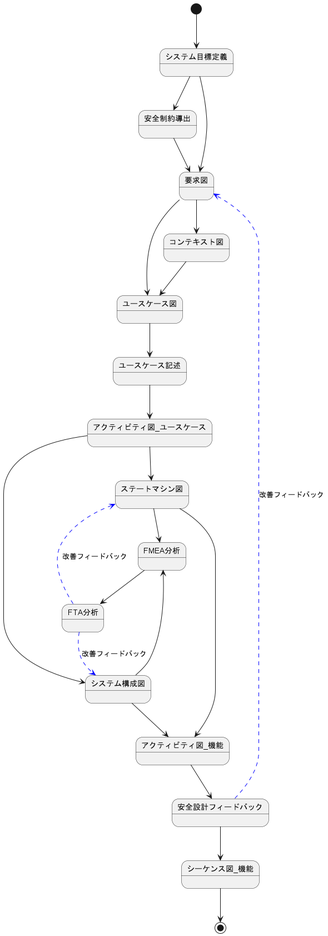
masaki-kato-119/VendingMachine keeps this PlantUML diagram as プロセス/開発プロセス.png. Above is the earlier version.
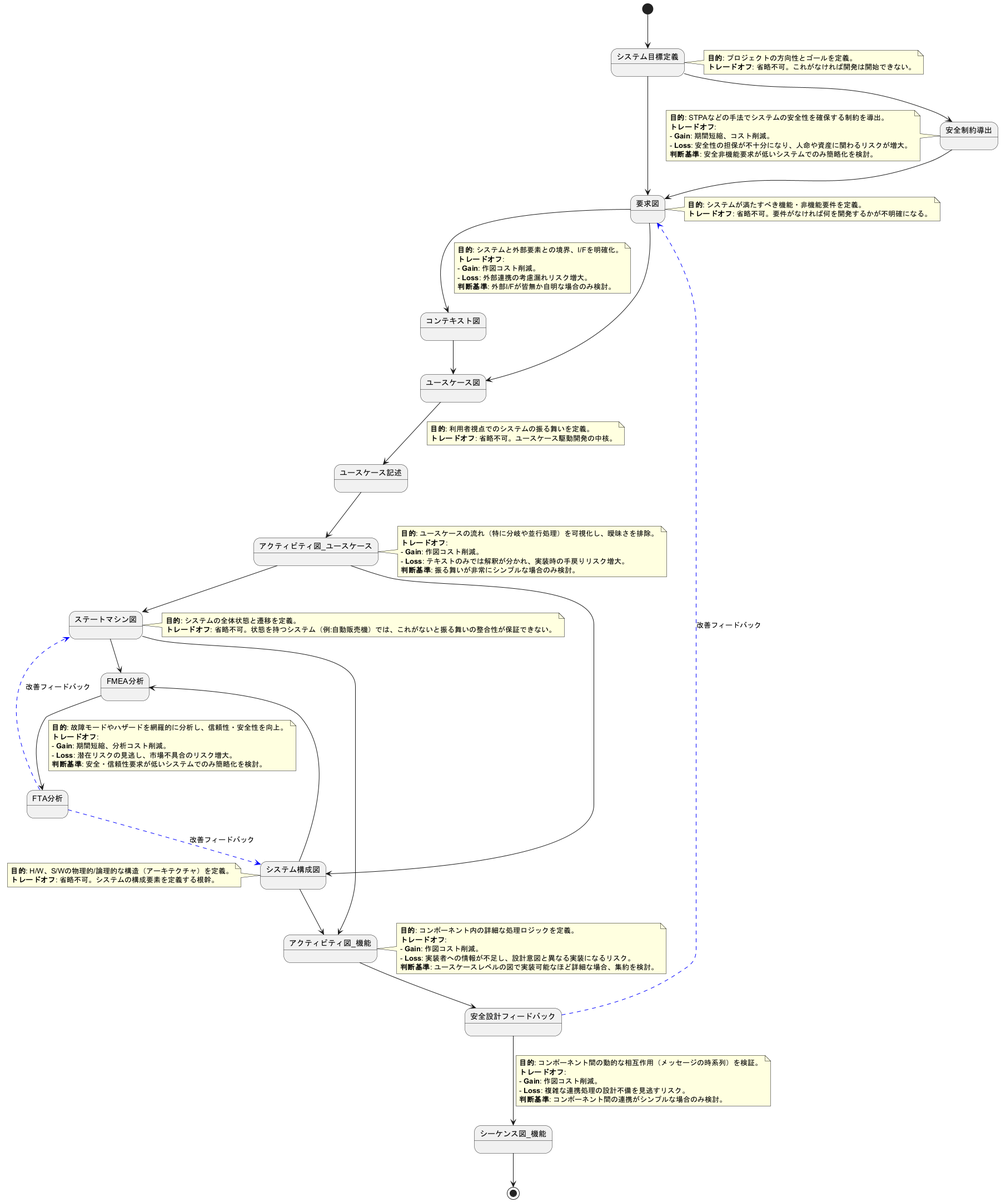
After the change.

Change to the diagram source:
```diff
@@ -1,30 +1,105 @@
 @startuml
+skinparam note {
+    BackgroundColor #LightYellow
+    BorderColor #Black
+}
 
 [*] --> システム目標定義
+note right of システム目標定義
+  **目的**: プロジェクトの方向性とゴールを定義。
+  **トレードオフ**: 省略不可。これがなければ開発は開始できない。
+end note
+
 システム目標定義 --> 安全制約導出
+note left of 安全制約導出
+  **目的**: STPAなどの手法でシステムの安全性を確保する制約を導出。
+  **トレードオフ**:
+  - **Gain**: 期間短縮、コスト削減。
+  - **Loss**: 安全性の担保が不十分になり、人命や資産に関わるリスクが増大。
+  **判断基準**: 安全非機能要求が低いシステムでのみ簡略化を検討。
+end note
+
 安全制約導出 --> 要求図
 システム目標定義 --> 要求図
+note right of 要求図
+  **目的**: システムが満たすべき機能・非機能要件を定義。
+  **トレードオフ**: 省略不可。要件がなければ何を開発するかが不明確になる。
+end note
+
+要求図 --> コンテキスト図
+note on link
+  **目的**: システムと外部要素との境界、I/Fを明確化。
+  **トレードオフ**:
+  - **Gain**: 作図コスト削減。
+  - **Loss**: 外部連携の考慮漏れリスク増大。
+  **判断基準**: 外部I/Fが皆無か自明な場合のみ検討。
+end note
+
+コンテキスト図 --> ユースケース図
 要求図 --> ユースケース図
-要求図 --> コンテキスト図
-コンテキスト図 --> ユースケース図
 ユースケース図 --> ユースケース記述
+note on link
+  **目的**: 利用者視点でのシステムの振る舞いを定義。
+  **トレードオフ**: 省略不可。ユースケース駆動開発の中核。
+end note
+
 ユースケース記述 --> アクティビティ図_ユースケース
+note right of アクティビティ図_ユースケース
+  **目的**: ユースケースの流れ（特に分岐や並行処理）を可視化し、曖昧さを排除。
+  **トレードオフ**:
+  - **Gain**: 作図コスト削減。
+  - **Loss**: テキストのみでは解釈が分かれ、実装時の手戻りリスク増大。
+  **判断基準**: 振る舞いが非常にシンプルな場合のみ検討。
+end note
+
 アクティビティ図_ユースケース --> ステートマシン図
+note right of ステートマシン図
+  **目的**: システムの全体状態と遷移を定義。
+  **トレードオフ**: 省略不可。状態を持つシステム（例:自動販売機）では、これがないと振る舞いの整合性が保証できない。
+end note
+
 アクティビティ図_ユースケース --> システム構成図
+note left of システム構成図
+  **目的**: H/W、S/Wの物理的/論理的な構造（アーキテクチャ）を定義。
+  **トレードオフ**: 省略不可。システムの構成要素を定義する根幹。
+end note
+
 
 システム構成図 --> FMEA分析
 ステートマシン図 --> FMEA分析
 FMEA分析 --> FTA分析
-
+note on link
+  **目的**: 故障モードやハザードを網羅的に分析し、信頼性・安全性を向上。
+  **トレードオフ**:
+  - **Gain**: 期間短縮、分析コスト削減。
+  - **Loss**: 潜在リスクの見逃し、市場不具合のリスク増大。
+  **判断基準**: 安全・信頼性要求が低いシステムでのみ簡略化を検討。
+end note
 
 FTA分析 -[#blue,dashed]-> システム構成図 : 改善フィードバック
 FTA分析 -[#blue,dashed]-> ステートマシン図 : 改善フィードバック
 
 ステートマシン図 --> アクティビティ図_機能
 システム構成図 --> アクティビティ図_機能
+note right of アクティビティ図_機能
+  **目的**: コンポーネント内の詳細な処理ロジックを定義。
+  **トレードオフ**:
+  - **Gain**: 作図コスト削減。
+  - **Loss**: 実装者への情報が不足し、設計意図と異なる実装になるリスク。
+  **判断基準**: ユースケースレベルの図で実装可能なほど詳細な場合、集約を検討。
+end note
+
 アクティビティ図_機能 --> 安全設計フィードバック
 安全設計フィードバック -[#blue,dashed]-> 要求図 : 改善フィードバック
 安全設計フィードバック --> シーケンス図_機能
+note on link
+  **目的**: コンポーネント間の動的な相互作用（メッセージの時系列）を検証。
+  **トレードオフ**:
+  - **Gain**: 作図コスト削減。
+  - **Loss**: 複雑な連携処理の設計不備を見逃すリスク。
+  **判断基準**: コンポーネント間の連携がシンプルな場合のみ検討。
+end note
+
 シーケンス図_機能 --> [*]
 
 @enduml
```
